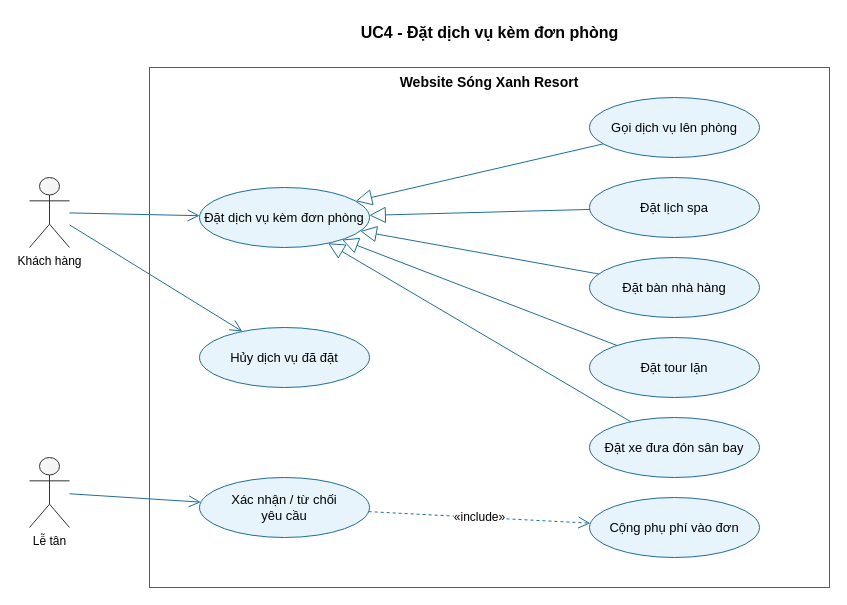
The draw.io diagram docs/use-case/uc4-dich-vu-kem-don.drawio in ngynquchn2511/beach-hotel, before the edit. Source tidied: cells renumbered, new cells numbered last; positions are measured from the earlier drawing's top-left corner, leaving out a move shared by most shapes. Both pictures are drawn from the tidied source at 100%, with x=0, y=0 at pixel (29, 17).
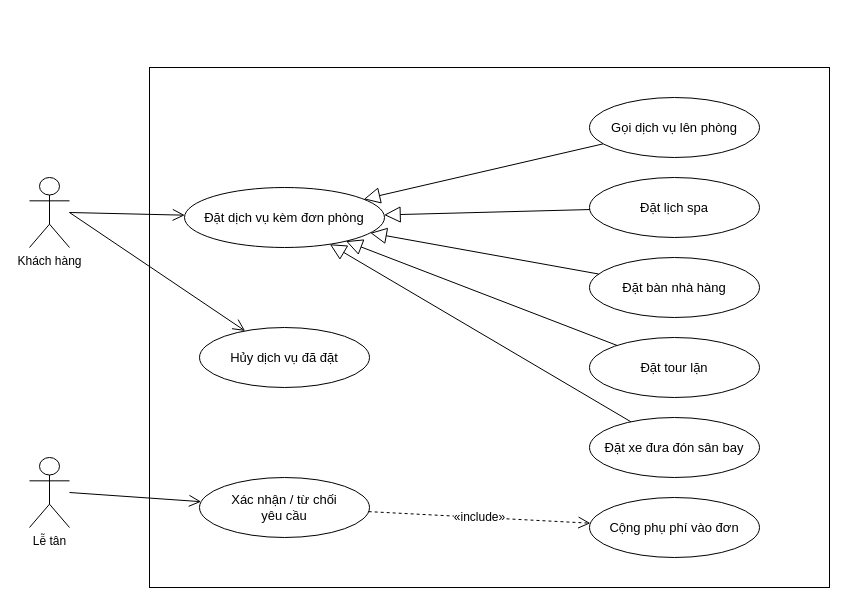
After the change.

What changed in the source:
```diff
@@
-    <mxCell id="2" value="UC4 - Đặt dịch vụ kèm đơn phòng" style="text;html=1;align=center;verticalAlign=middle;fontStyle=1;fontSize=16;" parent="1" vertex="1">
-      <mxGeometry x="120" width="680" height="30" as="geometry" />
-    </mxCell>
-    <mxCell id="3" value="Website Sóng Xanh Resort" style="rounded=0;whiteSpace=wrap;html=1;verticalAlign=top;fontStyle=1;fontSize=14;fillColor=none;strokeColor=#1F6E9C;" parent="1" vertex="1">
+    <mxCell id="3" style="rounded=0;whiteSpace=wrap;html=1;verticalAlign=top;fontStyle=1;fontSize=14;fillColor=none;strokeColor=#000000;" parent="1" vertex="1">
       <mxGeometry x="120" y="50" width="680" height="520" as="geometry" />
     </mxCell>
-    <mxCell id="4" value="Khách hàng" style="shape=umlActor;verticalLabelPosition=bottom;verticalAlign=top;html=1;outlineConnect=0;fillColor=#F5F5F5;strokeColor=#333333;" parent="1" vertex="1">
+    <mxCell id="4" value="Khách hàng" style="shape=umlActor;verticalLabelPosition=bottom;verticalAlign=top;html=1;outlineConnect=0;fillColor=#FFFFFF;strokeColor=#000000;" parent="1" vertex="1">
       <mxGeometry y="160" width="40" height="70" as="geometry" />
     </mxCell>
-    <mxCell id="5" value="Lễ tân" style="shape=umlActor;verticalLabelPosition=bottom;verticalAlign=top;html=1;outlineConnect=0;fillColor=#F5F5F5;strokeColor=#333333;" parent="1" vertex="1">
+    <mxCell id="5" value="Lễ tân" style="shape=umlActor;verticalLabelPosition=bottom;verticalAlign=top;html=1;outlineConnect=0;fillColor=#FFFFFF;strokeColor=#000000;" parent="1" vertex="1">
       <mxGeometry y="440" width="40" height="70" as="geometry" />
     </mxCell>
-    <mxCell id="6" value="Đặt dịch vụ kèm đơn phòng" style="ellipse;whiteSpace=wrap;html=1;fillColor=#E8F4FB;strokeColor=#1F6E9C;fontSize=13;" parent="3" vertex="1">
-      <mxGeometry x="50" y="120" width="170" height="60" as="geometry" />
+    <mxCell id="6" value="Đặt dịch vụ kèm đơn phòng" style="ellipse;whiteSpace=wrap;html=1;fillColor=#FFFFFF;strokeColor=#000000;fontSize=13;" parent="3" vertex="1">
+      <mxGeometry x="35" y="120" width="200" height="60" as="geometry" />
     </mxCell>
-    <mxCell id="7" value="Hủy dịch vụ đã đặt" style="ellipse;whiteSpace=wrap;html=1;fillColor=#E8F4FB;strokeColor=#1F6E9C;fontSize=13;" parent="3" vertex="1">
+    <mxCell id="7" value="Hủy dịch vụ đã đặt" style="ellipse;whiteSpace=wrap;html=1;fillColor=#FFFFFF;strokeColor=#000000;fontSize=13;" parent="3" vertex="1">
       <mxGeometry x="50" y="260" width="170" height="60" as="geometry" />
     </mxCell>
-    <mxCell id="8" value="Xác nhận / từ chối&lt;br&gt;yêu cầu" style="ellipse;whiteSpace=wrap;html=1;fillColor=#E8F4FB;strokeColor=#1F6E9C;fontSize=13;" parent="3" vertex="1">
+    <mxCell id="8" value="Xác nhận / từ chối&lt;br&gt;yêu cầu" style="ellipse;whiteSpace=wrap;html=1;fillColor=#FFFFFF;strokeColor=#000000;fontSize=13;" parent="3" vertex="1">
       <mxGeometry x="50" y="410" width="170" height="60" as="geometry" />
     </mxCell>
-    <mxCell id="9" value="Gọi dịch vụ lên phòng" style="ellipse;whiteSpace=wrap;html=1;fillColor=#E8F4FB;strokeColor=#1F6E9C;fontSize=13;" parent="3" vertex="1">
+    <mxCell id="9" value="Gọi dịch vụ lên phòng" style="ellipse;whiteSpace=wrap;html=1;fillColor=#FFFFFF;strokeColor=#000000;fontSize=13;" parent="3" vertex="1">
       <mxGeometry x="440" y="30" width="170" height="60" as="geometry" />
     </mxCell>
-    <mxCell id="10" value="Đặt lịch spa" style="ellipse;whiteSpace=wrap;html=1;fillColor=#E8F4FB;strokeColor=#1F6E9C;fontSize=13;" parent="3" vertex="1">
+    <mxCell id="10" value="Đặt lịch spa" style="ellipse;whiteSpace=wrap;html=1;fillColor=#FFFFFF;strokeColor=#000000;fontSize=13;" parent="3" vertex="1">
       <mxGeometry x="440" y="110" width="170" height="60" as="geometry" />
     </mxCell>
-    <mxCell id="11" value="Đặt bàn nhà hàng" style="ellipse;whiteSpace=wrap;html=1;fillColor=#E8F4FB;strokeColor=#1F6E9C;fontSize=13;" parent="3" vertex="1">
+    <mxCell id="11" value="Đặt bàn nhà hàng" style="ellipse;whiteSpace=wrap;html=1;fillColor=#FFFFFF;strokeColor=#000000;fontSize=13;" parent="3" vertex="1">
       <mxGeometry x="440" y="190" width="170" height="60" as="geometry" />
     </mxCell>
-    <mxCell id="12" value="Đặt tour lặn" style="ellipse;whiteSpace=wrap;html=1;fillColor=#E8F4FB;strokeColor=#1F6E9C;fontSize=13;" parent="3" vertex="1">
+    <mxCell id="12" value="Đặt tour lặn" style="ellipse;whiteSpace=wrap;html=1;fillColor=#FFFFFF;strokeColor=#000000;fontSize=13;" parent="3" vertex="1">
       <mxGeometry x="440" y="270" width="170" height="60" as="geometry" />
     </mxCell>
-    <mxCell id="13" value="Đặt xe đưa đón sân bay" style="ellipse;whiteSpace=wrap;html=1;fillColor=#E8F4FB;strokeColor=#1F6E9C;fontSize=13;" parent="3" vertex="1">
+    <mxCell id="13" value="Đặt xe đưa đón sân bay" style="ellipse;whiteSpace=wrap;html=1;fillColor=#FFFFFF;strokeColor=#000000;fontSize=13;" parent="3" vertex="1">
       <mxGeometry x="440" y="350" width="170" height="60" as="geometry" />
     </mxCell>
-    <mxCell id="14" value="Cộng phụ phí vào đơn" style="ellipse;whiteSpace=wrap;html=1;fillColor=#E8F4FB;strokeColor=#1F6E9C;fontSize=13;" parent="3" vertex="1">
+    <mxCell id="14" value="Cộng phụ phí vào đơn" style="ellipse;whiteSpace=wrap;html=1;fillColor=#FFFFFF;strokeColor=#000000;fontSize=13;" parent="3" vertex="1">
       <mxGeometry x="440" y="430" width="170" height="60" as="geometry" />
     </mxCell>
-    <mxCell id="15" style="endArrow=open;endSize=10;html=1;strokeColor=#1F6E9C;" parent="1" edge="1" source="4" target="6">
+    <mxCell id="15" style="endArrow=open;endSize=10;html=1;strokeColor=#000000;exitX=1;exitY=0.5;exitPerimeter=0;" parent="1" edge="1" source="4" target="6">
       <mxGeometry relative="1" as="geometry" />
     </mxCell>
-    <mxCell id="16" style="endArrow=open;endSize=10;html=1;strokeColor=#1F6E9C;" parent="1" edge="1" source="4" target="7">
+    <mxCell id="16" style="endArrow=open;endSize=10;html=1;strokeColor=#000000;exitX=1;exitY=0.5;exitPerimeter=0;" parent="1" edge="1" source="4" target="7">
       <mxGeometry relative="1" as="geometry" />
     </mxCell>
-    <mxCell id="17" style="endArrow=open;endSize=10;html=1;strokeColor=#1F6E9C;" parent="1" edge="1" source="5" target="8">
+    <mxCell id="17" style="endArrow=open;endSize=10;html=1;strokeColor=#000000;exitX=1;exitY=0.5;exitPerimeter=0;" parent="1" edge="1" source="5" target="8">
       <mxGeometry relative="1" as="geometry" />
     </mxCell>
-    <mxCell id="18" style="endArrow=block;endFill=0;endSize=14;html=1;strokeColor=#1F6E9C;" parent="1" edge="1" source="9" target="6">
+    <mxCell id="18" style="endArrow=block;endFill=0;endSize=14;html=1;strokeColor=#000000;" parent="1" edge="1" source="9" target="6">
       <mxGeometry relative="1" as="geometry" />
     </mxCell>
-    <mxCell id="19" style="endArrow=block;endFill=0;endSize=14;html=1;strokeColor=#1F6E9C;" parent="1" edge="1" source="10" target="6">
+    <mxCell id="19" style="endArrow=block;endFill=0;endSize=14;html=1;strokeColor=#000000;" parent="1" edge="1" source="10" target="6">
       <mxGeometry relative="1" as="geometry" />
     </mxCell>
-    <mxCell id="20" style="endArrow=block;endFill=0;endSize=14;html=1;strokeColor=#1F6E9C;" parent="1" edge="1" source="11" target="6">
+    <mxCell id="20" style="endArrow=block;endFill=0;endSize=14;html=1;strokeColor=#000000;" parent="1" edge="1" source="11" target="6">
       <mxGeometry relative="1" as="geometry" />
     </mxCell>
-    <mxCell id="21" style="endArrow=block;endFill=0;endSize=14;html=1;strokeColor=#1F6E9C;" parent="1" edge="1" source="12" target="6">
+    <mxCell id="21" style="endArrow=block;endFill=0;endSize=14;html=1;strokeColor=#000000;" parent="1" edge="1" source="12" target="6">
       <mxGeometry relative="1" as="geometry" />
     </mxCell>
-    <mxCell id="22" style="endArrow=block;endFill=0;endSize=14;html=1;strokeColor=#1F6E9C;" parent="1" edge="1" source="13" target="6">
+    <mxCell id="22" style="endArrow=block;endFill=0;endSize=14;html=1;strokeColor=#000000;" parent="1" edge="1" source="13" target="6">
       <mxGeometry relative="1" as="geometry" />
     </mxCell>
-    <mxCell id="23" value="«include»" style="endArrow=open;endSize=10;dashed=1;html=1;strokeColor=#1F6E9C;fontSize=12;labelBackgroundColor=#FFFFFF;" parent="1" edge="1" source="8" target="14">
+    <mxCell id="23" value="«include»" style="endArrow=open;endSize=10;dashed=1;html=1;strokeColor=#000000;fontSize=12;labelBackgroundColor=#FFFFFF;" parent="1" edge="1" source="8" target="14">
       <mxGeometry relative="1" as="geometry" />
     </mxCell>
```
